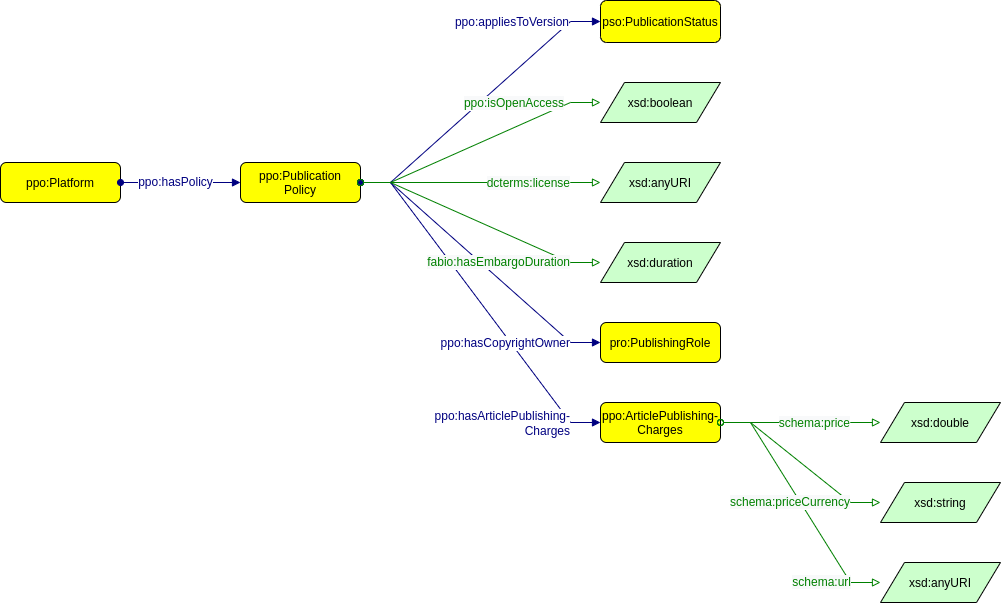
Above: img/ppo_ontology-Publication.drawio.png in CWTSLeiden/Journal-Observatory-framework (draw.io), before the change. Source tidied: cells renumbered, new cells last; positions are measured from the earlier drawing's top-left corner, leaving out a move shared by most shapes. Its diagram source:
```xml
<mxGraphModel>
  <root>
    <mxCell id="0" />
    <mxCell id="1" parent="0" />
    <mxCell id="2" value="ppo:ArticlePublishing-&#10;Charges" style="graphMlID=n4;shape=rect;rounded=1;arcsize=30;fillColor=#ffff00;strokeColor=#000000;strokeWidth=1.0;fontFamily=Helvetica;" parent="1" vertex="1">
      <mxGeometry x="600" y="402" width="120" height="40" as="geometry" />
    </mxCell>
    <mxCell id="3" value="ppo:Publication&#10;Policy" style="graphMlID=n4;shape=rect;rounded=1;arcsize=30;fillColor=#ffff00;strokeColor=#000000;strokeWidth=1.0;" parent="1" vertex="1">
      <mxGeometry x="240" y="162" width="120" height="40" as="geometry" />
    </mxCell>
    <mxCell id="4" value="xsd:anyURI" style="graphMlID=n6;shape=parallelogram;fillColor=#ccffcc;strokeColor=#000000;strokeWidth=1.0;fontSize=12;fontFamily=Helvetica;horizontal=1;verticalAlign=middle;" parent="1" vertex="1">
      <mxGeometry x="600" y="162" width="120" height="40" as="geometry" />
    </mxCell>
    <mxCell id="5" style="graphMlID=e2;rounded=0;endArrow=block;strokeColor=#008000;strokeWidth=1.0;startArrow=oval;startFill=0;endFill=0;fontFamily=Helvetica;fontSize=12;edgeStyle=entityRelationEdgeStyle;" parent="1" edge="1" source="3" target="4">
      <mxGeometry relative="1" as="geometry" />
    </mxCell>
    <mxCell id="6" value="&lt;font color=&quot;#008000&quot; style=&quot;font-size: 12px;&quot;&gt;&lt;span style=&quot;font-size: 12px; background-color: rgb(248, 249, 250);&quot;&gt;dcterms:license&lt;/span&gt;&lt;/font&gt;" style="text;html=1;align=right;verticalAlign=middle;labelBackgroundColor=#ffffff;fontFamily=Helvetica;fontSize=12;" parent="5" vertex="1">
      <mxGeometry x="-0.09" y="3" relative="1" as="geometry">
        <mxPoint x="101" y="3" as="offset" />
      </mxGeometry>
    </mxCell>
    <mxCell id="7" value="xsd:duration" style="graphMlID=n6;shape=parallelogram;fillColor=#ccffcc;strokeColor=#000000;strokeWidth=1.0;fontFamily=Helvetica;fontSize=12;perimeterSpacing=0;" parent="1" vertex="1">
      <mxGeometry x="600" y="242" width="120" height="40" as="geometry" />
    </mxCell>
    <mxCell id="8" value="xsd:string" style="graphMlID=n6;shape=parallelogram;fillColor=#ccffcc;strokeColor=#000000;strokeWidth=1.0;fontFamily=Helvetica;fontSize=12;" parent="1" vertex="1">
      <mxGeometry x="880" y="482" width="120" height="40" as="geometry" />
    </mxCell>
    <mxCell id="9" value="xsd:double" style="graphMlID=n6;shape=parallelogram;fillColor=#ccffcc;strokeColor=#000000;strokeWidth=1.0;" parent="1" vertex="1">
      <mxGeometry x="880" y="402" width="120" height="40" as="geometry" />
    </mxCell>
    <mxCell id="10" style="graphMlID=e2;endArrow=block;strokeColor=#008000;strokeWidth=1.0;startArrow=oval;startFill=0;endFill=0;fontFamily=Helvetica;fontSize=12;rounded=0;elbow=vertical;edgeStyle=entityRelationEdgeStyle;" parent="1" edge="1" source="2" target="9">
      <mxGeometry relative="1" as="geometry" />
    </mxCell>
    <mxCell id="11" value="&lt;font color=&quot;#008000&quot;&gt;&lt;span style=&quot;background-color: rgb(248, 249, 250);&quot;&gt;schema:price&lt;/span&gt;&lt;/font&gt;" style="text;html=1;align=right;verticalAlign=middle;labelBackgroundColor=#ffffff;fontFamily=Helvetica;fontSize=12;" parent="10" vertex="1">
      <mxGeometry x="-0.09" y="3" relative="1" as="geometry">
        <mxPoint x="57" y="3" as="offset" />
      </mxGeometry>
    </mxCell>
    <mxCell id="12" value="pso:PublicationStatus" style="graphMlID=n4;shape=rect;rounded=1;arcsize=30;fillColor=#ffff00;strokeColor=#000000;strokeWidth=1.0;" parent="1" vertex="1">
      <mxGeometry x="600" width="120" height="42" as="geometry" />
    </mxCell>
    <mxCell id="13" value="ppo:Platform" style="graphMlID=n4;shape=rect;rounded=1;arcsize=30;fillColor=#ffff00;strokeColor=#000000;strokeWidth=1.0;fontFamily=Helvetica;fontSize=12;" parent="1" vertex="1">
      <mxGeometry y="162" width="120" height="40" as="geometry" />
    </mxCell>
    <mxCell id="14" style="graphMlID=e0;rounded=0;endArrow=block;strokeColor=#000080;strokeWidth=1.0;startArrow=oval;startFill=1;endFill=1;fontFamily=Helvetica;elbow=vertical;fontSize=12;" parent="1" edge="1" source="13" target="3">
      <mxGeometry relative="1" as="geometry" />
    </mxCell>
    <mxCell id="15" value="ppo:hasPolicy" style="edgeLabel;html=1;align=center;verticalAlign=middle;fontSize=12;fontFamily=Helvetica;fontColor=#000080;" parent="14" vertex="1">
      <mxGeometry x="-0.11" y="1" relative="1" as="geometry" />
    </mxCell>
    <mxCell id="16" value="pro:PublishingRole" style="graphMlID=n4;shape=rect;rounded=1;arcsize=30;fillColor=#ffff00;strokeColor=#000000;strokeWidth=1.0;" parent="1" vertex="1">
      <mxGeometry x="600" y="322" width="120" height="40" as="geometry" />
    </mxCell>
    <mxCell id="17" value="xsd:anyURI" style="graphMlID=n6;shape=parallelogram;fillColor=#ccffcc;strokeColor=#000000;strokeWidth=1.0;fontFamily=Helvetica;fontSize=12;" parent="1" vertex="1">
      <mxGeometry x="880" y="562" width="120" height="40" as="geometry" />
    </mxCell>
    <mxCell id="18" style="graphMlID=e2;endArrow=block;strokeColor=#008000;strokeWidth=1.0;startArrow=oval;startFill=0;endFill=0;fontFamily=Helvetica;fontSize=12;rounded=0;elbow=vertical;edgeStyle=entityRelationEdgeStyle;" parent="1" edge="1" source="2" target="17">
      <mxGeometry relative="1" as="geometry" />
    </mxCell>
    <mxCell id="19" value="&lt;font color=&quot;#008000&quot;&gt;&lt;span style=&quot;background-color: rgb(248, 249, 250);&quot;&gt;schema:url&lt;/span&gt;&lt;/font&gt;" style="text;html=1;align=right;verticalAlign=middle;labelBackgroundColor=#ffffff;fontFamily=Helvetica;fontSize=12;" parent="18" vertex="1">
      <mxGeometry x="-0.09" y="3" relative="1" as="geometry">
        <mxPoint x="54" y="91" as="offset" />
      </mxGeometry>
    </mxCell>
    <mxCell id="20" style="graphMlID=e0;rounded=0;endArrow=block;strokeColor=#000080;strokeWidth=1.0;startArrow=oval;startFill=1;endFill=1;fontFamily=Helvetica;elbow=vertical;fontSize=12;edgeStyle=entityRelationEdgeStyle;" parent="1" edge="1" source="3" target="2">
      <mxGeometry relative="1" as="geometry" />
    </mxCell>
    <mxCell id="21" value="&lt;div&gt;ppo:hasArticlePublishing-&lt;/div&gt;&lt;div&gt;Charges&lt;/div&gt;" style="edgeLabel;html=1;align=right;verticalAlign=middle;fontSize=12;fontFamily=Helvetica;fontColor=#000080;" parent="20" vertex="1">
      <mxGeometry x="-0.11" y="1" relative="1" as="geometry">
        <mxPoint x="101" y="136" as="offset" />
      </mxGeometry>
    </mxCell>
    <mxCell id="22" style="graphMlID=e0;rounded=0;endArrow=block;strokeColor=#000080;strokeWidth=1.0;startArrow=oval;startFill=1;endFill=1;fontFamily=Helvetica;elbow=vertical;fontSize=12;edgeStyle=entityRelationEdgeStyle;" parent="1" edge="1" target="12">
      <mxGeometry relative="1" as="geometry">
        <mxPoint x="360" y="182" as="sourcePoint" />
      </mxGeometry>
    </mxCell>
    <mxCell id="23" value="ppo:appliesToVersion" style="edgeLabel;html=1;align=right;verticalAlign=middle;fontSize=12;fontFamily=Helvetica;fontColor=#000080;" parent="22" vertex="1">
      <mxGeometry x="-0.11" y="1" relative="1" as="geometry">
        <mxPoint x="101" y="-90" as="offset" />
      </mxGeometry>
    </mxCell>
    <mxCell id="24" style="graphMlID=e0;rounded=0;endArrow=block;strokeColor=#000080;strokeWidth=1.0;startArrow=oval;startFill=1;endFill=1;fontFamily=Helvetica;elbow=vertical;fontSize=12;edgeStyle=entityRelationEdgeStyle;" parent="1" edge="1" source="3" target="16">
      <mxGeometry relative="1" as="geometry" />
    </mxCell>
    <mxCell id="25" value="ppo:hasCopyrightOwner" style="edgeLabel;html=1;align=right;verticalAlign=middle;fontSize=12;fontFamily=Helvetica;fontColor=#000080;" parent="24" vertex="1">
      <mxGeometry x="-0.11" y="1" relative="1" as="geometry">
        <mxPoint x="101" y="91" as="offset" />
      </mxGeometry>
    </mxCell>
    <mxCell id="26" style="graphMlID=e2;endArrow=block;strokeColor=#008000;strokeWidth=1.0;startArrow=oval;startFill=0;endFill=0;fontFamily=Helvetica;fontSize=12;rounded=0;elbow=vertical;edgeStyle=entityRelationEdgeStyle;" parent="1" edge="1" source="2" target="8">
      <mxGeometry relative="1" as="geometry" />
    </mxCell>
    <mxCell id="27" value="&lt;font color=&quot;#008000&quot;&gt;&lt;span style=&quot;background-color: rgb(248, 249, 250);&quot;&gt;schema:priceCurrency&lt;/span&gt;&lt;/font&gt;" style="text;html=1;align=right;verticalAlign=middle;labelBackgroundColor=#ffffff;fontFamily=Helvetica;fontSize=12;" parent="26" vertex="1">
      <mxGeometry x="-0.09" y="3" relative="1" as="geometry">
        <mxPoint x="54" y="47" as="offset" />
      </mxGeometry>
    </mxCell>
    <mxCell id="28" style="graphMlID=e2;endArrow=block;strokeColor=#008000;strokeWidth=1.0;startArrow=oval;startFill=0;endFill=0;fontFamily=Helvetica;fontSize=12;rounded=0;elbow=vertical;edgeStyle=entityRelationEdgeStyle;" parent="1" edge="1" source="3" target="7">
      <mxGeometry relative="1" as="geometry" />
    </mxCell>
    <mxCell id="29" value="&lt;font color=&quot;#008000&quot; style=&quot;font-size: 12px;&quot;&gt;&lt;span style=&quot;background-color: rgb(248, 249, 250); font-size: 12px;&quot;&gt;fabio:hasEmbargoDuration&lt;br&gt;&lt;/span&gt;&lt;/font&gt;" style="text;html=1;align=right;verticalAlign=middle;labelBackgroundColor=#ffffff;fontFamily=Helvetica;fontSize=12;" parent="28" vertex="1">
      <mxGeometry x="-0.09" y="3" relative="1" as="geometry">
        <mxPoint x="99" y="47" as="offset" />
      </mxGeometry>
    </mxCell>
    <mxCell id="30" style="graphMlID=e2;rounded=0;endArrow=block;strokeColor=#008000;strokeWidth=1.0;startArrow=oval;startFill=0;endFill=0;fontFamily=Helvetica;fontSize=12;edgeStyle=entityRelationEdgeStyle;" parent="1" edge="1" source="3" target="32">
      <mxGeometry relative="1" as="geometry" />
    </mxCell>
    <mxCell id="31" value="&lt;font color=&quot;#008000&quot;&gt;&lt;span style=&quot;background-color: rgb(248, 249, 250);&quot;&gt;ppo:isOpenAccess&lt;br&gt;&lt;/span&gt;&lt;/font&gt;" style="text;html=1;align=right;verticalAlign=middle;labelBackgroundColor=#ffffff;fontFamily=Helvetica;fontSize=12;" parent="30" vertex="1">
      <mxGeometry x="-0.09" y="3" relative="1" as="geometry">
        <mxPoint x="96" y="-41" as="offset" />
      </mxGeometry>
    </mxCell>
    <mxCell id="32" value="xsd:boolean" style="graphMlID=n6;shape=parallelogram;fillColor=#ccffcc;strokeColor=#000000;strokeWidth=1.0;fontSize=12;fontFamily=Helvetica;horizontal=1;verticalAlign=middle;" parent="1" vertex="1">
      <mxGeometry x="600" y="82" width="120" height="40" as="geometry" />
    </mxCell>
  </root>
</mxGraphModel>
```
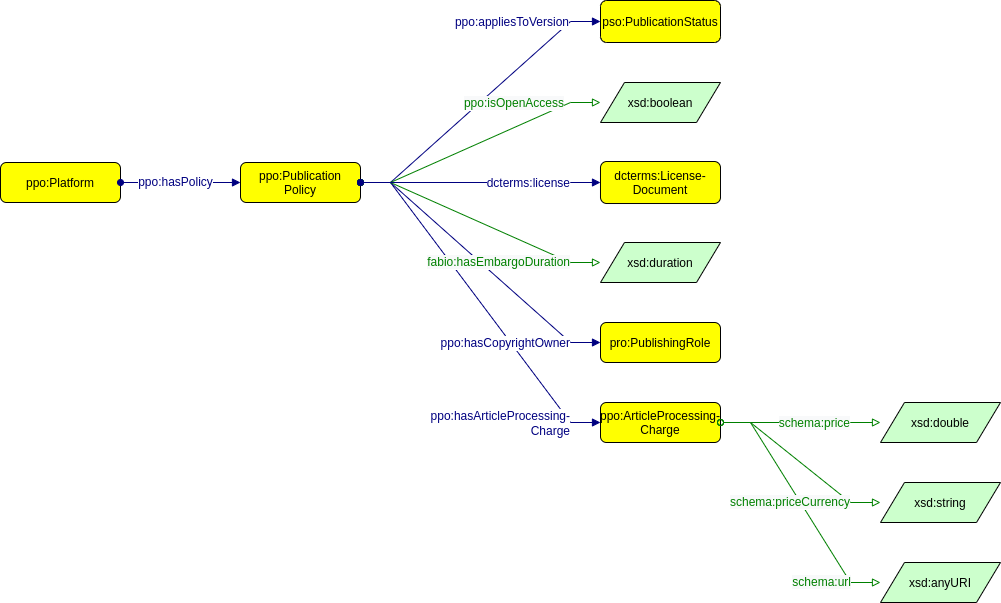
Above is the later version.

What changed in the source:
```diff
@@ -2,23 +2,12 @@
   <root>
     <mxCell id="0" />
     <mxCell id="1" parent="0" />
-    <mxCell id="2" value="ppo:ArticlePublishing-&#10;Charges" style="graphMlID=n4;shape=rect;rounded=1;arcsize=30;fillColor=#ffff00;strokeColor=#000000;strokeWidth=1.0;fontFamily=Helvetica;" parent="1" vertex="1">
+    <mxCell id="2" value="ppo:ArticleProcessing-&#10;Charge" style="graphMlID=n4;shape=rect;rounded=1;arcsize=30;fillColor=#ffff00;strokeColor=#000000;strokeWidth=1.0;fontFamily=Helvetica;" parent="1" vertex="1">
       <mxGeometry x="600" y="402" width="120" height="40" as="geometry" />
     </mxCell>
     <mxCell id="3" value="ppo:Publication&#10;Policy" style="graphMlID=n4;shape=rect;rounded=1;arcsize=30;fillColor=#ffff00;strokeColor=#000000;strokeWidth=1.0;" parent="1" vertex="1">
       <mxGeometry x="240" y="162" width="120" height="40" as="geometry" />
     </mxCell>
-    <mxCell id="4" value="xsd:anyURI" style="graphMlID=n6;shape=parallelogram;fillColor=#ccffcc;strokeColor=#000000;strokeWidth=1.0;fontSize=12;fontFamily=Helvetica;horizontal=1;verticalAlign=middle;" parent="1" vertex="1">
-      <mxGeometry x="600" y="162" width="120" height="40" as="geometry" />
-    </mxCell>
-    <mxCell id="5" style="graphMlID=e2;rounded=0;endArrow=block;strokeColor=#008000;strokeWidth=1.0;startArrow=oval;startFill=0;endFill=0;fontFamily=Helvetica;fontSize=12;edgeStyle=entityRelationEdgeStyle;" parent="1" edge="1" source="3" target="4">
-      <mxGeometry relative="1" as="geometry" />
-    </mxCell>
-    <mxCell id="6" value="&lt;font color=&quot;#008000&quot; style=&quot;font-size: 12px;&quot;&gt;&lt;span style=&quot;font-size: 12px; background-color: rgb(248, 249, 250);&quot;&gt;dcterms:license&lt;/span&gt;&lt;/font&gt;" style="text;html=1;align=right;verticalAlign=middle;labelBackgroundColor=#ffffff;fontFamily=Helvetica;fontSize=12;" parent="5" vertex="1">
-      <mxGeometry x="-0.09" y="3" relative="1" as="geometry">
-        <mxPoint x="101" y="3" as="offset" />
-      </mxGeometry>
-    </mxCell>
     <mxCell id="7" value="xsd:duration" style="graphMlID=n6;shape=parallelogram;fillColor=#ccffcc;strokeColor=#000000;strokeWidth=1.0;fontFamily=Helvetica;fontSize=12;perimeterSpacing=0;" parent="1" vertex="1">
       <mxGeometry x="600" y="242" width="120" height="40" as="geometry" />
     </mxCell>
@@ -65,7 +54,7 @@
     <mxCell id="20" style="graphMlID=e0;rounded=0;endArrow=block;strokeColor=#000080;strokeWidth=1.0;startArrow=oval;startFill=1;endFill=1;fontFamily=Helvetica;elbow=vertical;fontSize=12;edgeStyle=entityRelationEdgeStyle;" parent="1" edge="1" source="3" target="2">
       <mxGeometry relative="1" as="geometry" />
     </mxCell>
-    <mxCell id="21" value="&lt;div&gt;ppo:hasArticlePublishing-&lt;/div&gt;&lt;div&gt;Charges&lt;/div&gt;" style="edgeLabel;html=1;align=right;verticalAlign=middle;fontSize=12;fontFamily=Helvetica;fontColor=#000080;" parent="20" vertex="1">
+    <mxCell id="21" value="&lt;div&gt;ppo:hasArticleProcessing-&lt;/div&gt;&lt;div&gt;Charge&lt;/div&gt;" style="edgeLabel;html=1;align=right;verticalAlign=middle;fontSize=12;fontFamily=Helvetica;fontColor=#000080;" parent="20" vertex="1">
       <mxGeometry x="-0.11" y="1" relative="1" as="geometry">
         <mxPoint x="101" y="136" as="offset" />
       </mxGeometry>
@@ -115,5 +104,16 @@
     <mxCell id="32" value="xsd:boolean" style="graphMlID=n6;shape=parallelogram;fillColor=#ccffcc;strokeColor=#000000;strokeWidth=1.0;fontSize=12;fontFamily=Helvetica;horizontal=1;verticalAlign=middle;" parent="1" vertex="1">
       <mxGeometry x="600" y="82" width="120" height="40" as="geometry" />
     </mxCell>
+    <mxCell id="33" value="dcterms:License-&#10;Document" style="graphMlID=n4;shape=rect;rounded=1;arcsize=30;fillColor=#ffff00;strokeColor=#000000;strokeWidth=1.0;fontFamily=Helvetica;fontSize=12;" parent="1" vertex="1">
+      <mxGeometry x="600" y="161" width="120" height="42" as="geometry" />
+    </mxCell>
+    <mxCell id="34" style="graphMlID=e0;rounded=0;endArrow=block;strokeColor=#000080;strokeWidth=1.0;startArrow=oval;startFill=1;endFill=1;fontFamily=Helvetica;elbow=vertical;fontSize=12;edgeStyle=entityRelationEdgeStyle;" parent="1" edge="1" source="3" target="33">
+      <mxGeometry relative="1" as="geometry" />
+    </mxCell>
+    <mxCell id="6" value="dcterms:license" style="edgeLabel;html=1;align=right;verticalAlign=middle;fontSize=12;fontFamily=Helvetica;fontColor=#000080;" parent="34" vertex="1">
+      <mxGeometry x="-0.11" y="1" relative="1" as="geometry">
+        <mxPoint x="103" y="1" as="offset" />
+      </mxGeometry>
+    </mxCell>
   </root>
 </mxGraphModel>
```
